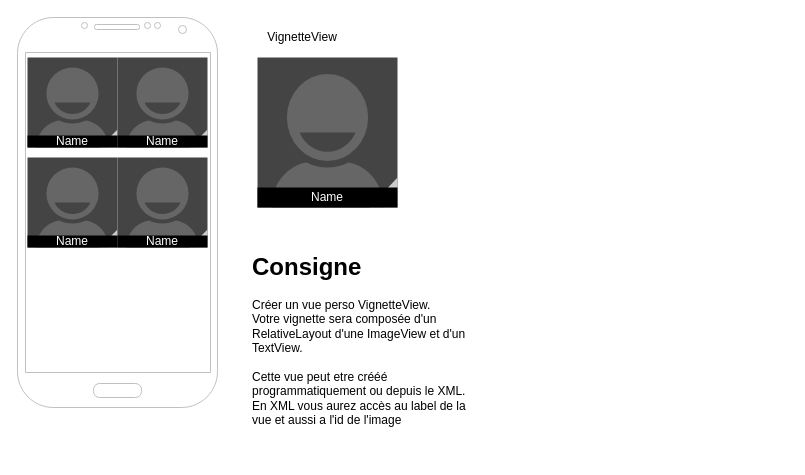
Above: exo_en_classe_sujet/06-custom-view/view-vue-combinaison.drawio in arseneRuben/androidLearning (draw.io), before the change. Source tidied: cells renumbered, new cells numbered last; positions are measured from the earlier drawing's top-left corner, leaving out a move shared by most shapes. Both pictures are drawn from the tidied source at 100%, with x=0, y=0 at pixel (17, 17).
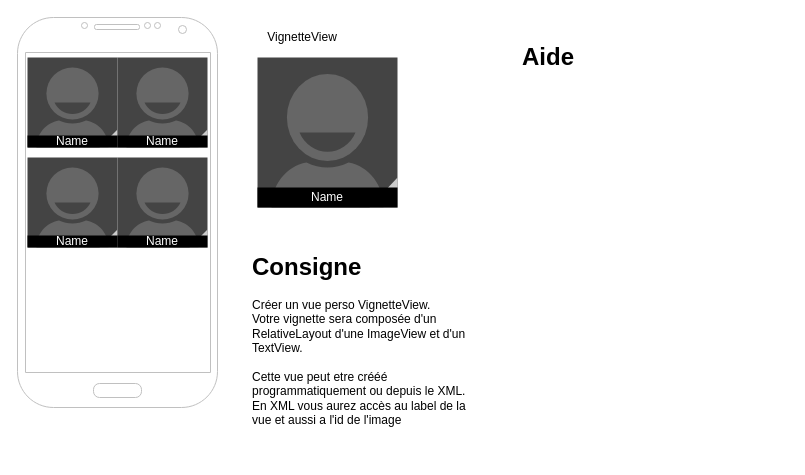
The same page after the edit.

Commit message:
update sujet exo view avec de l aide

Diff of the diagram source:
```diff
@@
+    <mxCell id="20" value="&lt;h1&gt;Aide&lt;/h1&gt;&lt;div&gt;&lt;br&gt;&lt;/div&gt;" style="text;html=1;strokeColor=none;fillColor=none;spacing=5;spacingTop=-20;whiteSpace=wrap;overflow=hidden;rounded=0;labelBackgroundColor=none;fontColor=#000000;" parent="1" vertex="1">
+      <mxGeometry x="500" y="20" width="270" height="400" as="geometry" />
+    </mxCell>
```
